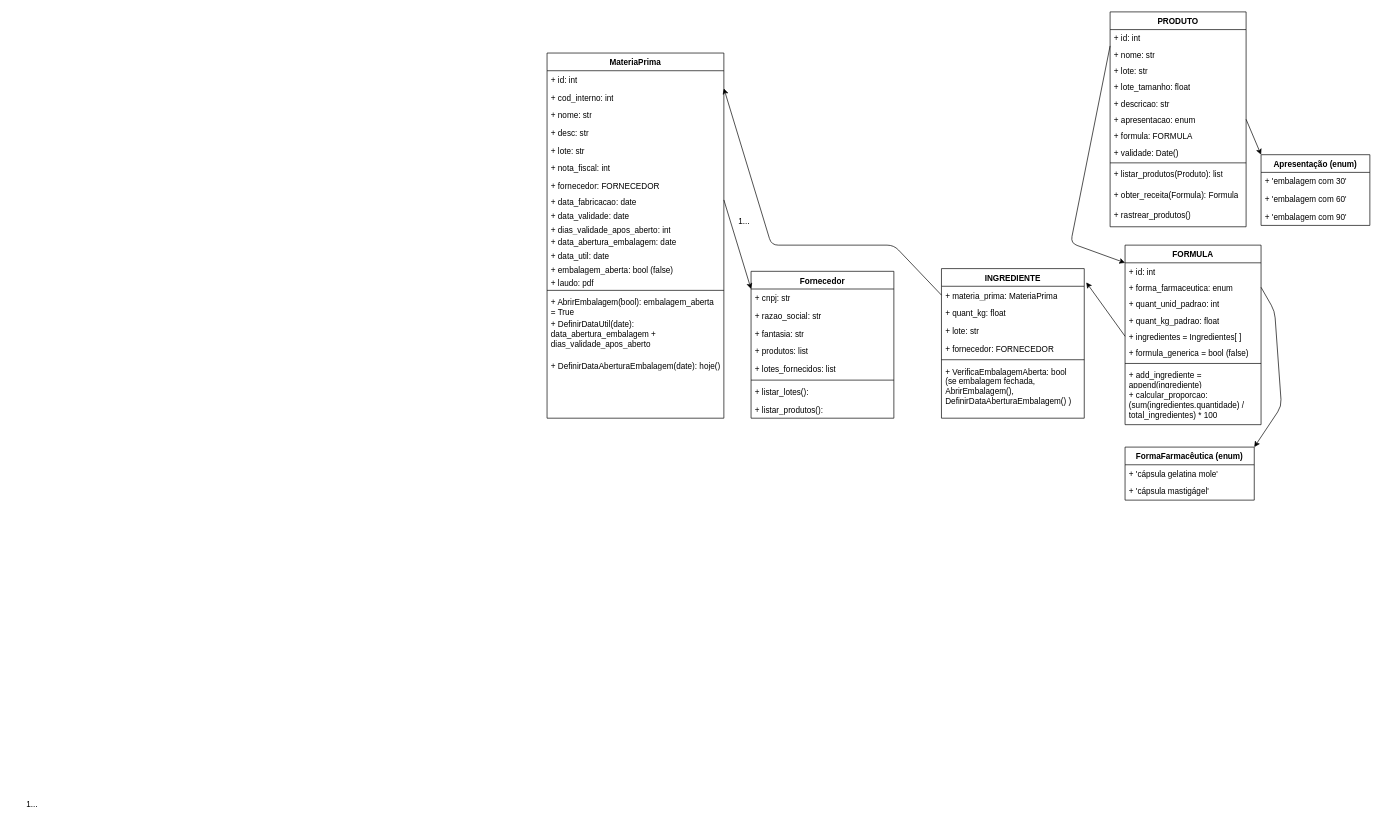
alexandrefreitass/controle-de-capsulas keeps this draw.io diagram as docs/diagram_class.drawio. Above is the earlier version. Source tidied: cells renumbered, new cells numbered last; positions are measured from the earlier drawing's top-left corner, leaving out a move shared by most shapes. Both pictures are drawn from the tidied source at 68%, with x=0, y=0 at pixel (12, 12).
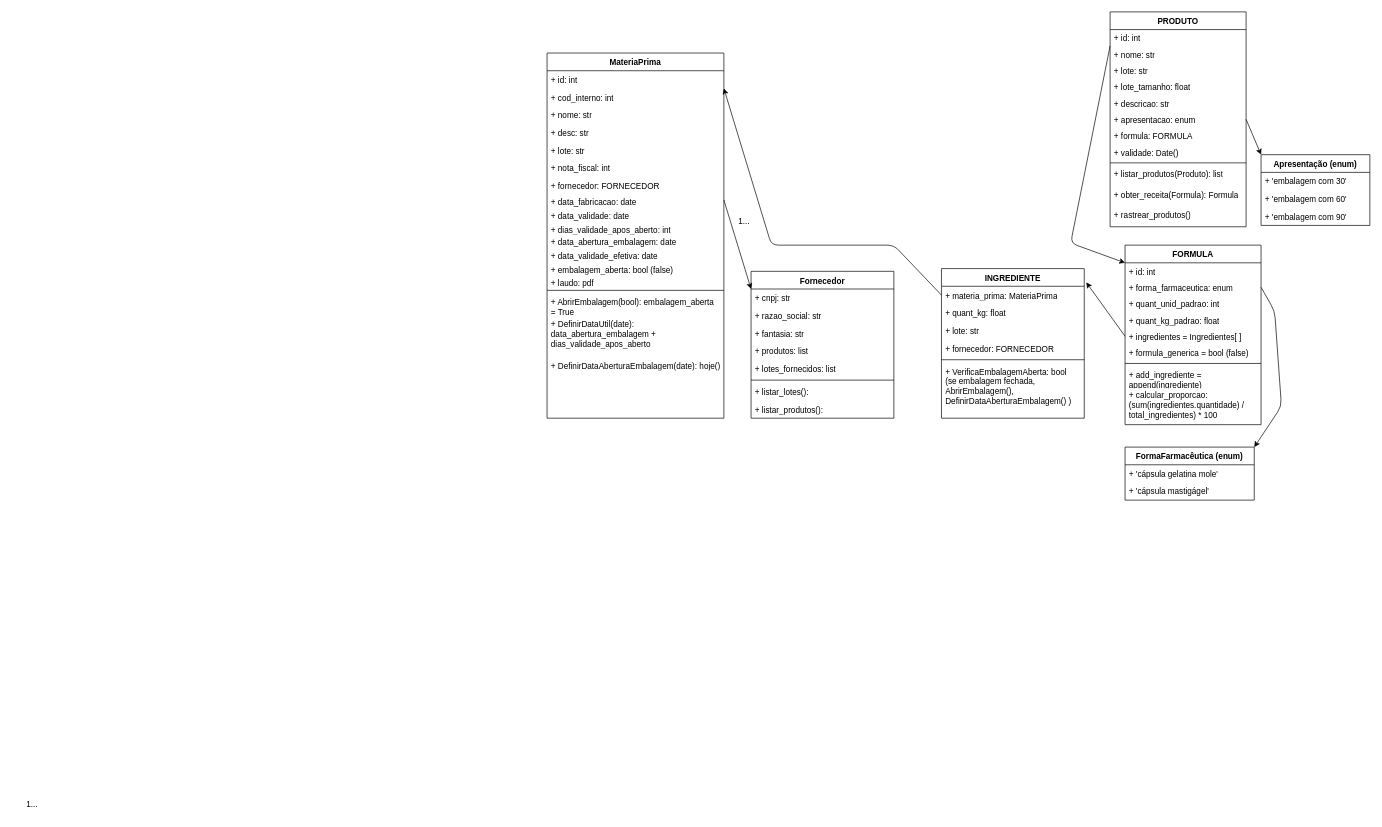
The same page after the edit.

Commit message (it also covers changes not shown here):
✨ feat(materiais): implementar cálculo de validade após abertura de embalagem

The change refers to these unchanged cells:
```xml
<mxCell id="15" value="MateriaPrima" style="swimlane;fontStyle=1;align=center;verticalAlign=top;horizontal=1;startSize=26;whiteSpace=wrap;html=1;" parent="1" vertex="1">
  <mxGeometry x="787" y="60.5" width="260" height="537" as="geometry" />
</mxCell>
```

The edit, as a diff of the source:
```diff
@@
-    <mxCell id="27" value="&lt;span style=&quot;color: rgb(0, 0, 0);&quot;&gt;+ data_util: date&lt;/span&gt;" style="text;strokeColor=none;fillColor=none;align=left;verticalAlign=top;spacingLeft=4;spacingRight=4;overflow=hidden;whiteSpace=wrap;html=1;" parent="15" vertex="1">
+    <mxCell id="27" value="&lt;span style=&quot;color: rgb(0, 0, 0);&quot;&gt;+ data_validade_efetiva: date&lt;/span&gt;" style="text;strokeColor=none;fillColor=none;align=left;verticalAlign=top;spacingLeft=4;spacingRight=4;overflow=hidden;whiteSpace=wrap;html=1;" parent="15" vertex="1">
       <mxGeometry y="285" width="260" height="20" as="geometry" />
     </mxCell>
```
